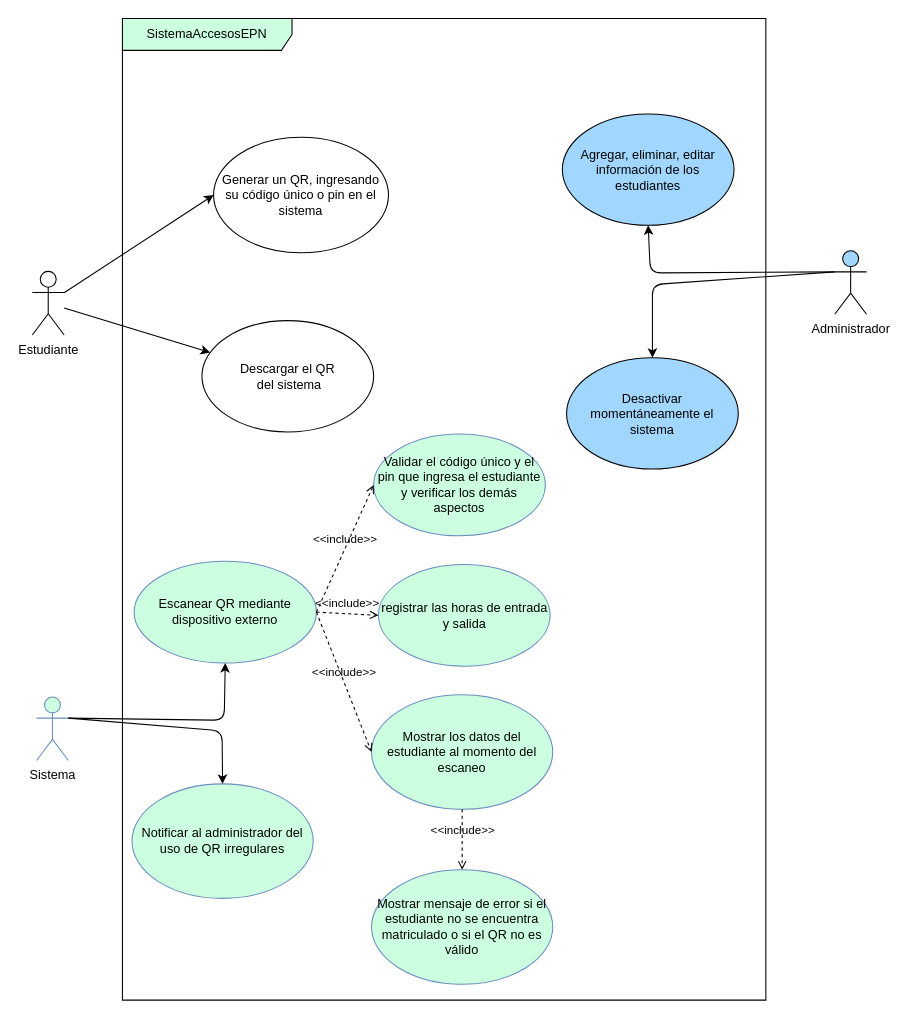
Earlier version of the draw.io diagram accesoEPN/design/1UseCase.drawio (Jhanavi128/Sistema_Control_AccesosEPN). Source tidied: cells renumbered, new cells numbered last; positions are measured from the earlier drawing's top-left corner, leaving out a move shared by most shapes. Both pictures are drawn from the tidied source at 106%, with x=0, y=0 at pixel (32, 18).
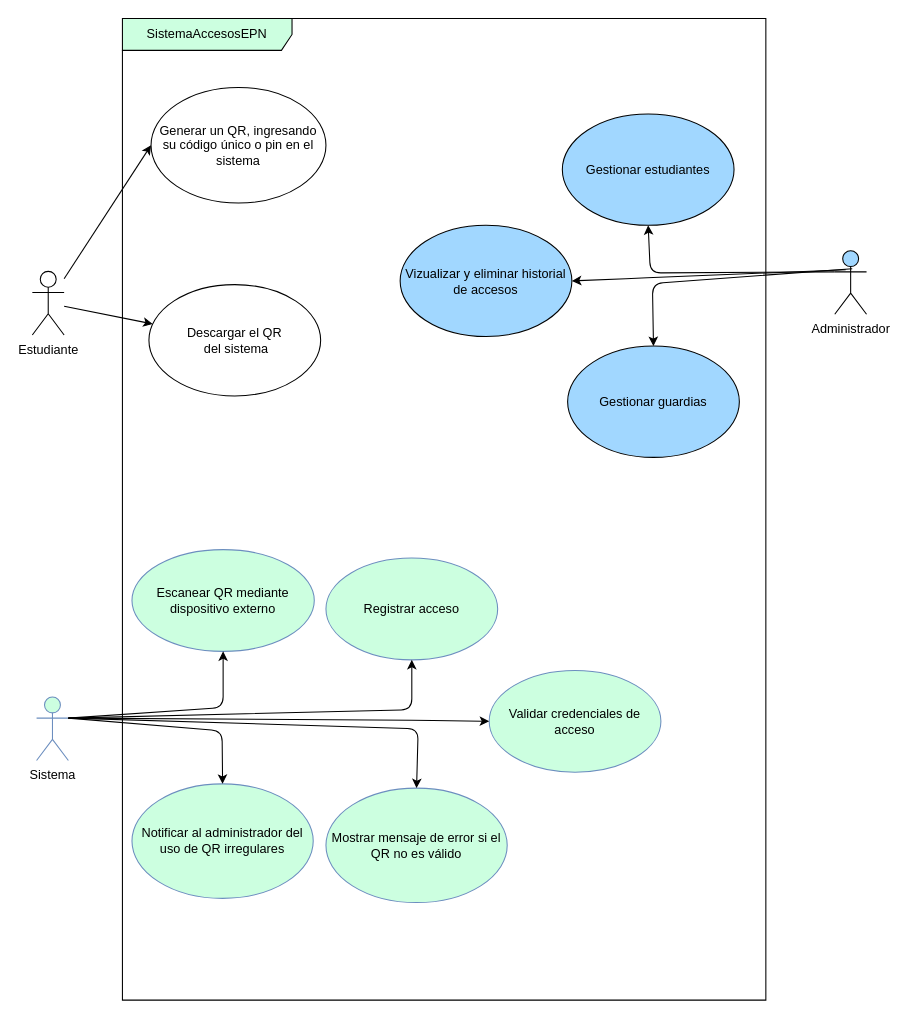
The same page after the edit.

Commit message (it also covers changes not shown here):
use case corregido

Unchanged cells that the change refers to:
```xml
<mxCell id="2" value="SistemaAccesosEPN" style="shape=umlFrame;whiteSpace=wrap;html=1;width=160;fillColor=#CCFFE0;" parent="1" vertex="1">
  <mxGeometry x="85" width="607" height="926" as="geometry" />
</mxCell>
<mxCell id="10" value="Sistema" style="shape=umlActor;verticalLabelPosition=bottom;verticalAlign=top;html=1;fillColor=#CCFFE0;strokeColor=#6c8ebf;" parent="2" vertex="1">
  <mxGeometry x="-81" y="640" width="30" height="60" as="geometry" />
</mxCell>
<mxCell id="23" value="Administrador" style="shape=umlActor;verticalLabelPosition=bottom;verticalAlign=top;html=1;fillColor=#A1D7FF;" parent="1" vertex="1">
  <mxGeometry x="757" y="219" width="30" height="60" as="geometry" />
</mxCell>
```

What changed in the source:
```diff
@@
     <mxCell id="3" value="Generar un QR, ingresando su código único o pin en el sistema" style="ellipse;whiteSpace=wrap;html=1;fillColor=none;" parent="2" vertex="1">
-      <mxGeometry x="86" y="112" width="165" height="109" as="geometry" />
+      <mxGeometry x="27" y="65" width="165" height="109" as="geometry" />
     </mxCell>
     <mxCell id="4" value="Descargar el QR&lt;div&gt;&amp;nbsp;del sistema&lt;/div&gt;" style="ellipse;whiteSpace=wrap;html=1;" parent="2" vertex="1">
-      <mxGeometry x="75" y="285" width="162" height="105" as="geometry" />
+      <mxGeometry x="25" y="251" width="162" height="105" as="geometry" />
     </mxCell>
     <mxCell id="5" value="&lt;span style=&quot;color: rgb(0, 0, 0); text-align: left;&quot;&gt;Escanear QR mediante dispositivo externo&lt;/span&gt;" style="ellipse;whiteSpace=wrap;html=1;fillColor=#CCFFE0;strokeColor=#6c8ebf;" parent="2" vertex="1">
-      <mxGeometry x="11" y="512" width="172" height="96" as="geometry" />
+      <mxGeometry x="9" y="501" width="172" height="96" as="geometry" />
     </mxCell>
-    <mxCell id="6" value="Mostrar los datos del estudiante al momento del escaneo" style="ellipse;whiteSpace=wrap;html=1;fillColor=#CCFFE0;strokeColor=#6c8ebf;" parent="2" vertex="1">
-      <mxGeometry x="235" y="638" width="171" height="108" as="geometry" />
-    </mxCell>
@@
-    <mxCell id="8" value="&lt;span style=&quot;color: rgb(0, 0, 0); text-align: left;&quot;&gt;registrar las horas de entrada y salida&lt;/span&gt;" style="ellipse;whiteSpace=wrap;html=1;fillColor=#CCFFE0;strokeColor=#6c8ebf;" parent="2" vertex="1">
-      <mxGeometry x="241.5" y="515" width="162" height="96" as="geometry" />
+    <mxCell id="8" value="&lt;span style=&quot;color: rgb(0, 0, 0); text-align: left;&quot;&gt;Registrar acceso&lt;/span&gt;" style="ellipse;whiteSpace=wrap;html=1;fillColor=#CCFFE0;strokeColor=#6c8ebf;" parent="2" vertex="1">
+      <mxGeometry x="192" y="509" width="162" height="96" as="geometry" />
     </mxCell>
-    <mxCell id="9" value="Mostrar mensaje de error si el estudiante no se encuentra matriculado o si el QR no es válido" style="ellipse;whiteSpace=wrap;html=1;fillColor=#CCFFE0;strokeColor=#6c8ebf;" parent="2" vertex="1">
-      <mxGeometry x="235" y="803" width="171" height="108" as="geometry" />
+    <mxCell id="9" value="Mostrar mensaje de error si el QR no es válido" style="ellipse;whiteSpace=wrap;html=1;fillColor=#CCFFE0;strokeColor=#6c8ebf;" parent="2" vertex="1">
+      <mxGeometry x="192" y="726" width="171" height="108" as="geometry" />
     </mxCell>
@@
     <mxCell id="11" style="edgeStyle=none;html=1;entryX=0.5;entryY=1;entryDx=0;entryDy=0;exitX=1;exitY=0.3333333333333333;exitDx=0;exitDy=0;exitPerimeter=0;" parent="2" edge="1" source="10" target="5">
       <mxGeometry relative="1" as="geometry">
         <Array as="points">
-          <mxPoint x="96" y="662" />
+          <mxPoint x="95" y="650" />
         </Array>
       </mxGeometry>
     </mxCell>
-    <mxCell id="12" value="Agregar, eliminar, editar información de los estudiantes" style="ellipse;whiteSpace=wrap;html=1;fillColor=#A1D7FF;" parent="2" vertex="1">
+    <mxCell id="12" value="Gestionar estudiantes" style="ellipse;whiteSpace=wrap;html=1;fillColor=#A1D7FF;" parent="2" vertex="1">
       <mxGeometry x="415" y="90" width="162" height="105" as="geometry" />
     </mxCell>
-    <mxCell id="13" value="Desactivar momentáneamente el sistema" style="ellipse;whiteSpace=wrap;html=1;fillColor=#A1D7FF;" parent="2" vertex="1">
-      <mxGeometry x="419" y="320" width="162" height="105" as="geometry" />
-    </mxCell>
-    <mxCell id="14" value="&lt;span style=&quot;color: rgb(0, 0, 0);&quot;&gt;Validar el código único y el pin que ingresa el estudiante y verificar los demás aspectos&lt;/span&gt;" style="ellipse;whiteSpace=wrap;html=1;fillColor=#CCFFE0;strokeColor=#6c8ebf;" parent="2" vertex="1">
-      <mxGeometry x="237" y="392" width="162" height="96" as="geometry" />
+    <mxCell id="14" value="&lt;span style=&quot;color: rgb(0, 0, 0);&quot;&gt;Validar credenciales de acceso&lt;/span&gt;" style="ellipse;whiteSpace=wrap;html=1;fillColor=#CCFFE0;strokeColor=#6c8ebf;" parent="2" vertex="1">
+      <mxGeometry x="346" y="615" width="162" height="96" as="geometry" />
     </mxCell>
-    <mxCell id="15" value="&amp;lt;&amp;lt;include&amp;gt;&amp;gt;" style="html=1;verticalAlign=bottom;labelBackgroundColor=none;endArrow=open;endFill=0;dashed=1;exitX=1;exitY=0.5;exitDx=0;exitDy=0;entryX=0;entryY=0.5;entryDx=0;entryDy=0;" parent="2" edge="1" source="5" target="14">
-      <mxGeometry relative="1" as="geometry" />
-    </mxCell>
-    <mxCell id="16" value="&amp;lt;&amp;lt;include&amp;gt;&amp;gt;" style="html=1;verticalAlign=bottom;labelBackgroundColor=none;endArrow=open;endFill=0;dashed=1;exitX=1;exitY=0.5;exitDx=0;exitDy=0;entryX=0;entryY=0.5;entryDx=0;entryDy=0;" parent="2" edge="1" source="5" target="8">
-      <mxGeometry relative="1" as="geometry" />
-    </mxCell>
@@
-    <mxCell id="18" value="&amp;lt;&amp;lt;include&amp;gt;&amp;gt;" style="html=1;verticalAlign=bottom;labelBackgroundColor=none;endArrow=open;endFill=0;dashed=1;exitX=1;exitY=0.5;exitDx=0;exitDy=0;entryX=0;entryY=0.5;entryDx=0;entryDy=0;" parent="2" edge="1" source="5" target="6">
-      <mxGeometry relative="1" as="geometry" />
-    </mxCell>
-    <mxCell id="19" value="&amp;lt;&amp;lt;include&amp;gt;&amp;gt;" style="html=1;verticalAlign=bottom;labelBackgroundColor=none;endArrow=open;endFill=0;dashed=1;exitX=0.5;exitY=1;exitDx=0;exitDy=0;entryX=0.5;entryY=0;entryDx=0;entryDy=0;" parent="2" edge="1" source="6" target="9">
-      <mxGeometry relative="1" as="geometry" />
-    </mxCell>
+    <mxCell id="26" value="Vizualizar y eliminar historial de accesos" style="ellipse;whiteSpace=wrap;html=1;fillColor=#A1D7FF;" parent="2" vertex="1">
+      <mxGeometry x="262" y="195" width="162" height="105" as="geometry" />
+    </mxCell>
+    <mxCell id="27" value="Gestionar guardias" style="ellipse;whiteSpace=wrap;html=1;fillColor=#A1D7FF;" parent="2" vertex="1">
+      <mxGeometry x="420" y="309" width="162" height="105" as="geometry" />
+    </mxCell>
+    <mxCell id="28" style="edgeStyle=none;html=1;entryX=0.5;entryY=1;entryDx=0;entryDy=0;exitX=1;exitY=0.3333333333333333;exitDx=0;exitDy=0;exitPerimeter=0;" parent="2" edge="1" source="10" target="8">
+      <mxGeometry relative="1" as="geometry">
+        <Array as="points">
+          <mxPoint x="273" y="652" />
+        </Array>
+      </mxGeometry>
+    </mxCell>
+    <mxCell id="29" style="edgeStyle=none;html=1;entryX=0.5;entryY=0;entryDx=0;entryDy=0;exitX=1;exitY=0.3333333333333333;exitDx=0;exitDy=0;exitPerimeter=0;" parent="2" edge="1" source="10" target="9">
+      <mxGeometry relative="1" as="geometry">
+        <Array as="points">
+          <mxPoint x="279" y="670" />
+        </Array>
+      </mxGeometry>
+    </mxCell>
+    <mxCell id="30" style="edgeStyle=none;html=1;entryX=0;entryY=0.5;entryDx=0;entryDy=0;exitX=1;exitY=0.3333333333333333;exitDx=0;exitDy=0;exitPerimeter=0;" parent="2" edge="1" source="10" target="14">
+      <mxGeometry relative="1" as="geometry">
+        <Array as="points">
+          <mxPoint x="283" y="662" />
+        </Array>
+      </mxGeometry>
+    </mxCell>
@@
-    <mxCell id="25" style="edgeStyle=none;html=1;entryX=0.5;entryY=0;entryDx=0;entryDy=0;exitX=0;exitY=0.3333333333333333;exitDx=0;exitDy=0;exitPerimeter=0;" parent="1" edge="1" source="23" target="13">
-      <mxGeometry relative="1" as="geometry">
-        <Array as="points">
-          <mxPoint x="585" y="251" />
-        </Array>
-      </mxGeometry>
-    </mxCell>
+    <mxCell id="31" style="edgeStyle=none;html=1;entryX=0.5;entryY=0;entryDx=0;entryDy=0;exitX=0.55;exitY=0.283;exitDx=0;exitDy=0;exitPerimeter=0;" parent="1" edge="1" source="23" target="27">
+      <mxGeometry relative="1" as="geometry">
+        <Array as="points">
+          <mxPoint x="585" y="250" />
+        </Array>
+      </mxGeometry>
+    </mxCell>
+    <mxCell id="32" style="edgeStyle=none;html=1;exitX=0.344;exitY=0.3;exitDx=0;exitDy=0;exitPerimeter=0;entryX=1;entryY=0.5;entryDx=0;entryDy=0;" parent="1" edge="1" source="23" target="26">
+      <mxGeometry relative="1" as="geometry">
+        <Array as="points">
+          <mxPoint x="570" y="245" />
+        </Array>
+      </mxGeometry>
+    </mxCell>
```
